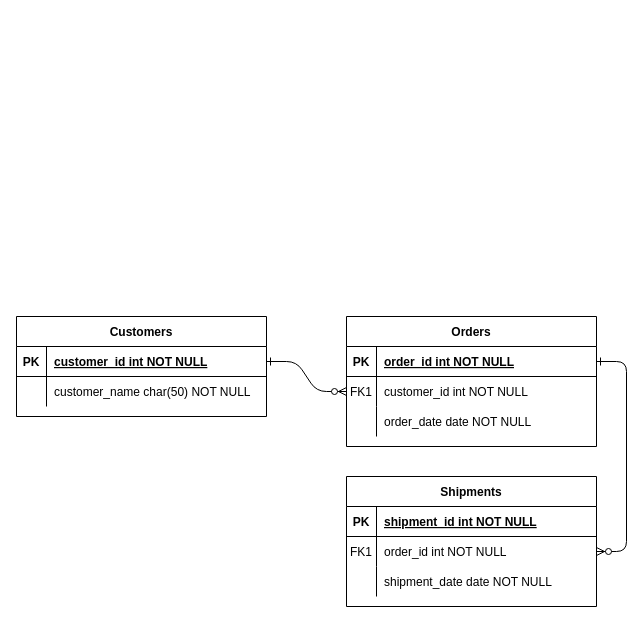
This is Untitled Diagram.drawio from jcraigobd/erd, a draw.io file, before an edit. Source tidied: cells renumbered, new cells numbered last; positions are measured from the earlier drawing's top-left corner, leaving out a move shared by most shapes. Both pictures are drawn from the tidied source at 100%, with x=0, y=0 at pixel (16, 316).
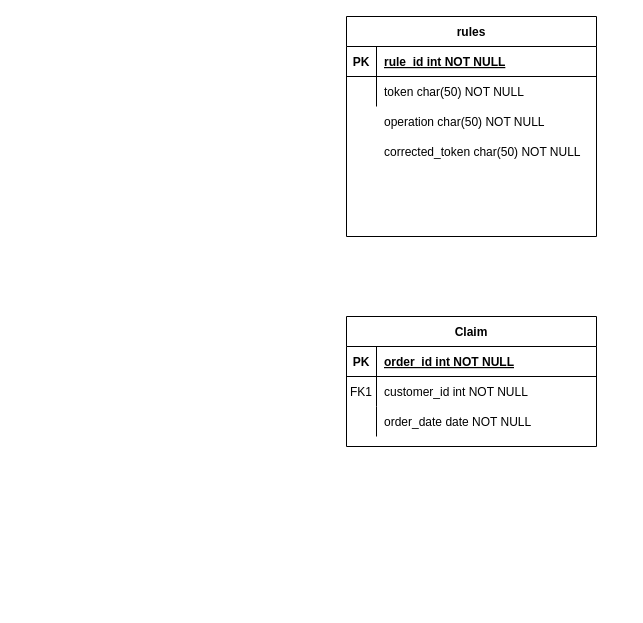
Above is the later version.

Unchanged cells that the change refers to:
```xml
<mxCell id="5" style="shape=partialRectangle;fillColor=none;points=[[0,0.5],[1,0.5]];portConstraint=eastwest;top=0;left=0;right=0;bottom=1;" parent="4" vertex="1">
  <mxGeometry y="30" width="250" height="30" as="geometry" />
</mxCell>
<mxCell id="8" style="shape=partialRectangle;fillColor=none;points=[[0,0.5],[1,0.5]];portConstraint=eastwest;top=0;left=0;right=0;bottom=0;" parent="4" vertex="1">
  <mxGeometry y="60" width="250" height="30" as="geometry" />
</mxCell>
<mxCell id="25" style="shape=partialRectangle;fillColor=none;points=[[0,0.5],[1,0.5]];portConstraint=eastwest;top=0;left=0;right=0;bottom=1;" parent="24" vertex="1">
  <mxGeometry y="30" width="250" height="30" as="geometry" />
</mxCell>
<mxCell id="28" style="shape=partialRectangle;fillColor=none;top=0;left=0;right=0;bottom=0;" parent="24" vertex="1">
  <mxGeometry y="60" width="250" height="30" as="geometry" />
</mxCell>
```

Diff of the diagram source:
```diff
@@
-    <mxCell id="2" style="edgeStyle=entityRelationEdgeStyle;endArrow=ERzeroToMany;startArrow=ERone;endFill=1;startFill=0;" parent="1" edge="1" source="25" target="8">
-      <mxGeometry relative="1" as="geometry" />
-    </mxCell>
-    <mxCell id="3" style="edgeStyle=entityRelationEdgeStyle;endArrow=ERzeroToMany;startArrow=ERone;endFill=1;startFill=0;" parent="1" edge="1" source="5" target="18">
-      <mxGeometry relative="1" as="geometry" />
-    </mxCell>
-    <mxCell id="4" value="Orders" style="shape=table;startSize=30;childLayout=tableLayout;rowLines=0;fontStyle=1;align=center;" parent="1" vertex="1">
+    <mxCell id="4" value="Claim" style="shape=table;startSize=30;childLayout=tableLayout;rowLines=0;fontStyle=1;align=center;" parent="1" vertex="1">
       <mxGeometry x="330" width="250" height="130" as="geometry" />
     </mxCell>
@@
-    <mxCell id="14" value="Shipments" style="shape=table;startSize=30;childLayout=tableLayout;rowLines=0;fontStyle=1;align=center;" parent="1" vertex="1">
-      <mxGeometry x="330" y="160" width="250" height="130" as="geometry" />
-    </mxCell>
-    <mxCell id="15" style="shape=partialRectangle;fillColor=none;top=0;left=0;right=0;bottom=1;" parent="14" vertex="1">
-      <mxGeometry y="30" width="250" height="30" as="geometry" />
-    </mxCell>
-    <mxCell id="16" value="PK" style="shape=partialRectangle;overflow=hidden;fillColor=none;top=0;left=0;bottom=0;right=0;fontStyle=1;" parent="15" vertex="1">
-      <mxGeometry width="30" height="30" as="geometry" />
-    </mxCell>
-    <mxCell id="17" value="shipment_id int NOT NULL " style="shape=partialRectangle;overflow=hidden;fillColor=none;top=0;left=0;bottom=0;right=0;align=left;spacingLeft=6;fontStyle=5;" parent="15" vertex="1">
-      <mxGeometry x="30" width="220" height="30" as="geometry" />
-    </mxCell>
-    <mxCell id="18" style="shape=partialRectangle;fillColor=none;points=[[0,0.5],[1,0.5]];portConstraint=eastwest;top=0;left=0;right=0;bottom=0;" parent="14" vertex="1">
-      <mxGeometry y="60" width="250" height="30" as="geometry" />
-    </mxCell>
-    <mxCell id="19" value="FK1" style="shape=partialRectangle;overflow=hidden;fillColor=none;top=0;left=0;bottom=0;right=0;" parent="18" vertex="1">
-      <mxGeometry width="30" height="30" as="geometry" />
-    </mxCell>
-    <mxCell id="20" value="order_id int NOT NULL" style="shape=partialRectangle;overflow=hidden;fillColor=none;top=0;left=0;bottom=0;right=0;align=left;spacingLeft=6;" parent="18" vertex="1">
-      <mxGeometry x="30" width="220" height="30" as="geometry" />
-    </mxCell>
-    <mxCell id="21" style="shape=partialRectangle;fillColor=none;top=0;left=0;right=0;bottom=0;" parent="14" vertex="1">
-      <mxGeometry y="90" width="250" height="30" as="geometry" />
-    </mxCell>
-    <mxCell id="22" style="shape=partialRectangle;overflow=hidden;fillColor=none;top=0;left=0;bottom=0;right=0;" parent="21" vertex="1">
-      <mxGeometry width="30" height="30" as="geometry" />
-    </mxCell>
-    <mxCell id="23" value="shipment_date date NOT NULL" style="shape=partialRectangle;overflow=hidden;fillColor=none;top=0;left=0;bottom=0;right=0;align=left;spacingLeft=6;" parent="21" vertex="1">
-      <mxGeometry x="30" width="220" height="30" as="geometry" />
-    </mxCell>
+    <mxCell id="31" style="group;" parent="1" vertex="1">
+      <mxGeometry x="330" y="-300" width="250" height="220" as="geometry" />
+    </mxCell>
-    <mxCell id="24" value="Customers" style="shape=table;startSize=30;childLayout=tableLayout;rowLines=0;fontStyle=1;align=center;" parent="1" vertex="1">
-      <mxGeometry width="250" height="100" as="geometry" />
+    <mxCell id="24" value="rules" style="shape=table;startSize=30;childLayout=tableLayout;rowLines=0;fontStyle=1;align=center;" parent="31" vertex="1">
+      <mxGeometry width="250" height="220" as="geometry" />
     </mxCell>
@@
-    <mxCell id="27" value="customer_id int NOT NULL " style="shape=partialRectangle;overflow=hidden;fillColor=none;top=0;left=0;bottom=0;right=0;align=left;spacingLeft=6;fontStyle=5;" parent="25" vertex="1">
+    <mxCell id="27" value="rule_id int NOT NULL " style="shape=partialRectangle;overflow=hidden;fillColor=none;top=0;left=0;bottom=0;right=0;align=left;spacingLeft=6;fontStyle=5;" parent="25" vertex="1">
       <mxGeometry x="30" width="220" height="30" as="geometry" />
     </mxCell>
@@
-    <mxCell id="30" value="customer_name char(50) NOT NULL" style="shape=partialRectangle;overflow=hidden;fillColor=none;top=0;left=0;bottom=0;right=0;align=left;spacingLeft=6;" parent="28" vertex="1">
+    <mxCell id="30" value="token char(50) NOT NULL" style="shape=partialRectangle;overflow=hidden;fillColor=none;top=0;left=0;bottom=0;right=0;align=left;spacingLeft=6;" parent="28" vertex="1">
       <mxGeometry x="30" width="220" height="30" as="geometry" />
     </mxCell>
+    <mxCell id="32" value="operation char(50) NOT NULL" style="shape=partialRectangle;overflow=hidden;fillColor=none;top=0;left=0;bottom=0;right=0;align=left;spacingLeft=6;" parent="31" vertex="1">
+      <mxGeometry x="30" y="90" width="220" height="30" as="geometry" />
+    </mxCell>
+    <mxCell id="33" value="corrected_token char(50) NOT NULL" style="shape=partialRectangle;overflow=hidden;fillColor=none;top=0;left=0;bottom=0;right=0;align=left;spacingLeft=6;" parent="31" vertex="1">
+      <mxGeometry x="30" y="120" width="220" height="30" as="geometry" />
+    </mxCell>
```
